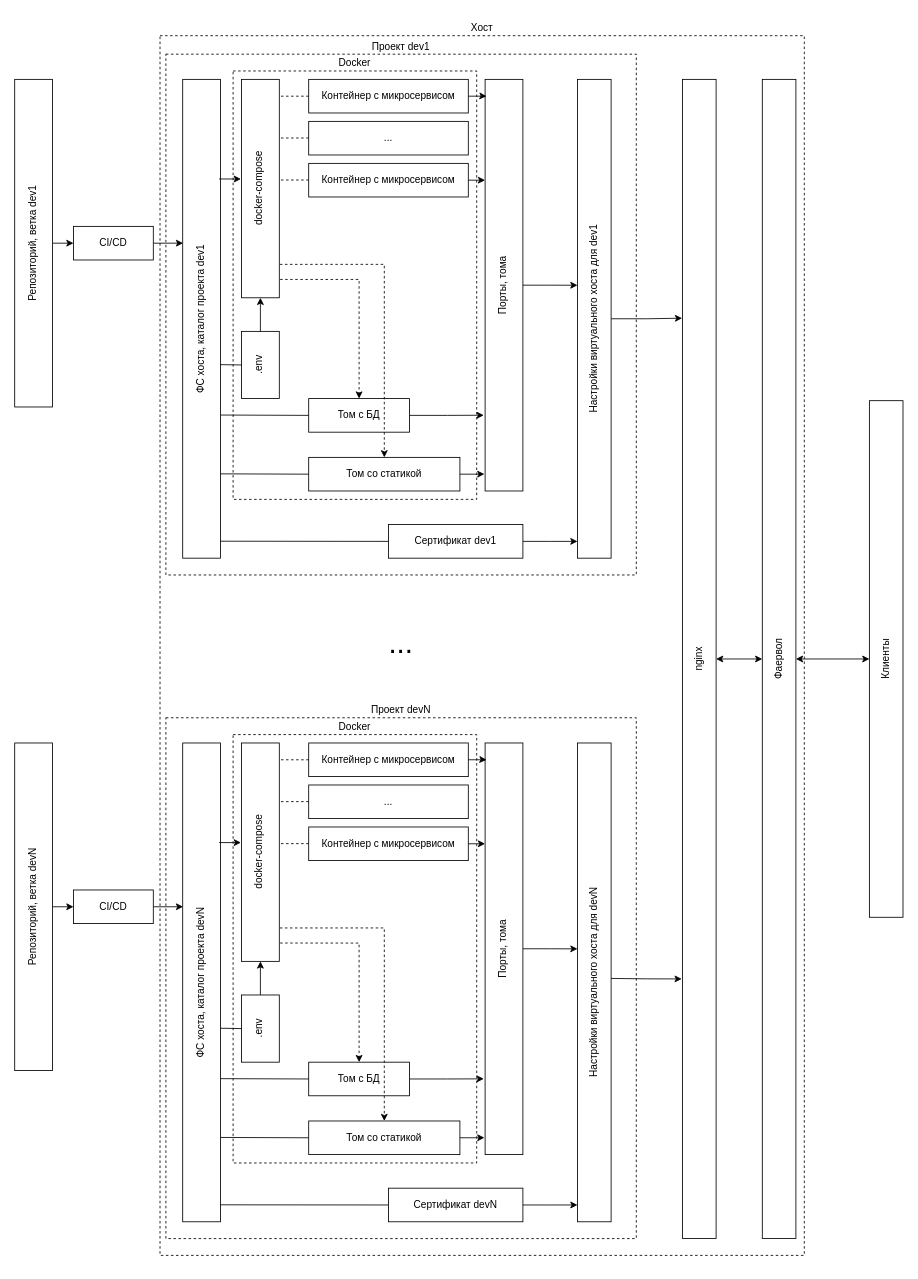
Before: Dev контур.drawio in rpurei/RETM-Schemes, a draw.io diagram. Source tidied: cells renumbered, new cells numbered last; positions are measured from the earlier drawing's top-left corner, leaving out a move shared by most shapes. Both pictures are drawn from the tidied source at 84%, with x=0, y=0 at pixel (14, 35).
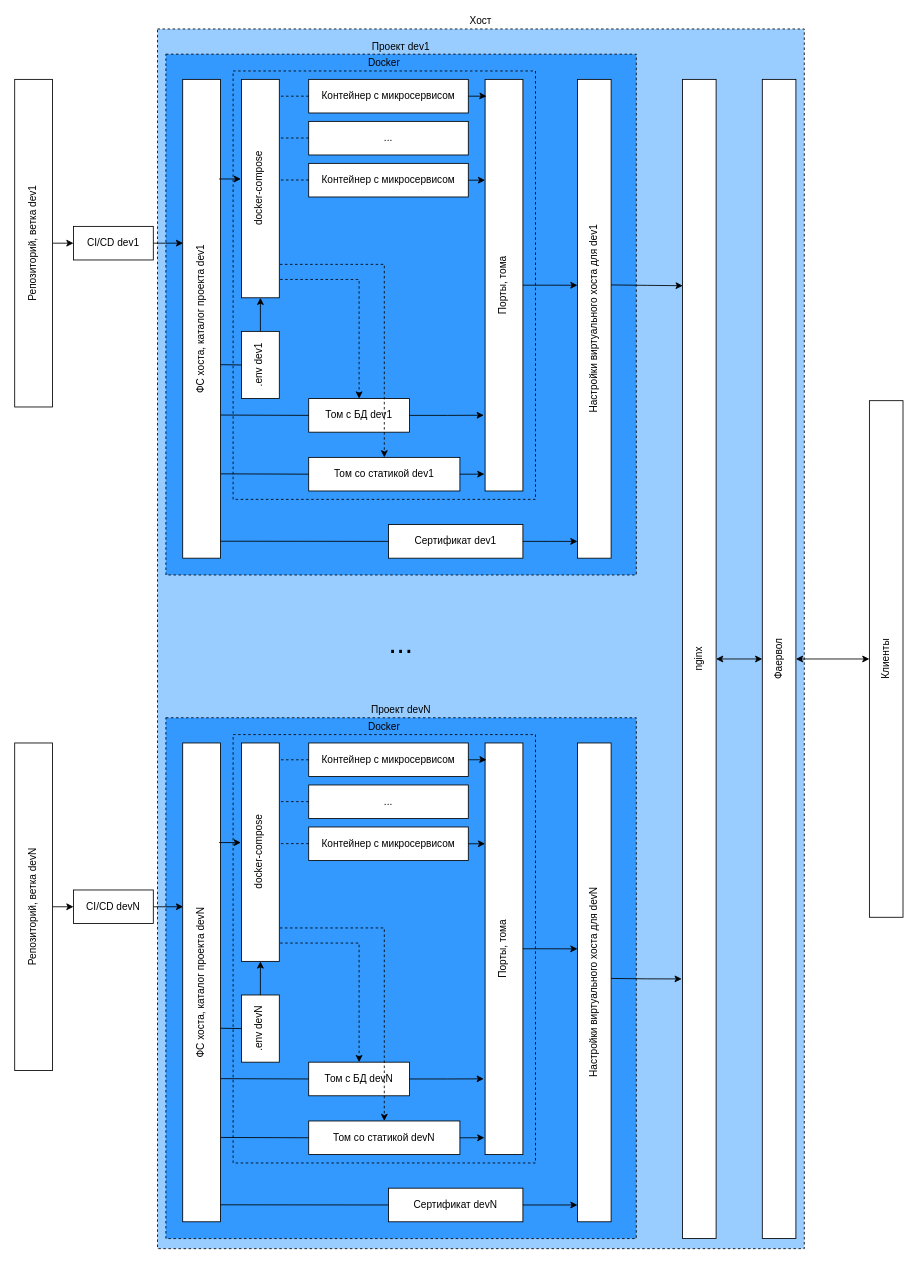
The same page after the edit.

Unchanged cells that the change refers to:
```xml
<mxCell id="39" style="group;" parent="1" vertex="1">
  <mxGeometry y="812" width="740" height="620" as="geometry" />
</mxCell>
```

Change to the diagram source:
```diff
@@
-    <mxCell id="3" value="nginx" style="rounded=0;whiteSpace=wrap;html=1;rotation=-90;" parent="1" vertex="1">
-      <mxGeometry x="125" y="722" width="1380" height="40" as="geometry" />
-    </mxCell>
     <mxCell id="4" style="group;" parent="1" vertex="1">
-      <mxGeometry y="22" width="740" height="620" as="geometry" />
+      <mxGeometry y="22" width="940" height="1442" as="geometry" />
     </mxCell>
+    <mxCell id="76" value="Хост" style="rounded=0;whiteSpace=wrap;html=1;dashed=1;fillColor=#99CCFF;labelPosition=center;verticalLabelPosition=top;align=center;verticalAlign=bottom;" parent="4" vertex="1">
+      <mxGeometry x="170" y="-30" width="770" height="1452" as="geometry" />
+    </mxCell>
+    <mxCell id="13" value="Проект dev1" style="rounded=0;whiteSpace=wrap;html=1;fillColor=#3399FF;labelPosition=center;verticalLabelPosition=top;align=center;verticalAlign=bottom;dashed=1;" parent="4" vertex="1">
+      <mxGeometry x="180" width="560" height="620" as="geometry" />
+    </mxCell>
@@
-    <mxCell id="8" value="Том с БД" style="rounded=0;whiteSpace=wrap;html=1;" parent="4" vertex="1">
+    <mxCell id="8" value="Том с БД dev1" style="rounded=0;whiteSpace=wrap;html=1;" parent="4" vertex="1">
       <mxGeometry x="350" y="410" width="120" height="40" as="geometry" />
     </mxCell>
-    <mxCell id="9" value="Том со статикой" style="rounded=0;whiteSpace=wrap;html=1;" parent="4" vertex="1">
+    <mxCell id="9" value="Том со статикой dev1" style="rounded=0;whiteSpace=wrap;html=1;" parent="4" vertex="1">
       <mxGeometry x="350" y="480" width="180" height="40" as="geometry" />
     </mxCell>
@@
-    <mxCell id="13" value="Проект dev1" style="rounded=0;whiteSpace=wrap;html=1;fillColor=none;labelPosition=center;verticalLabelPosition=top;align=center;verticalAlign=bottom;dashed=1;" parent="4" vertex="1">
-      <mxGeometry x="180" width="560" height="620" as="geometry" />
-    </mxCell>
@@
-    <mxCell id="18" value=".env" style="rounded=0;whiteSpace=wrap;html=1;textDirection=vertical-rl;rotation=-180;" parent="4" vertex="1">
+    <mxCell id="18" value=".env dev1" style="rounded=0;whiteSpace=wrap;html=1;textDirection=vertical-rl;rotation=-180;" parent="4" vertex="1">
       <mxGeometry x="270" y="330" width="45" height="80" as="geometry" />
     </mxCell>
@@
     <mxCell id="22" value="Docker" style="rounded=0;whiteSpace=wrap;html=1;fillColor=none;labelPosition=center;verticalLabelPosition=top;align=center;verticalAlign=bottom;dashed=1;" parent="4" vertex="1">
-      <mxGeometry x="260" y="20" width="290" height="510" as="geometry" />
+      <mxGeometry x="260" y="20" width="360" height="510" as="geometry" />
     </mxCell>
@@
-    <mxCell id="24" value="CI/CD" style="rounded=0;whiteSpace=wrap;html=1;" parent="4" vertex="1">
+    <mxCell id="24" value="CI/CD dev1" style="rounded=0;whiteSpace=wrap;html=1;" parent="4" vertex="1">
       <mxGeometry x="70" y="205" width="95" height="40" as="geometry" />
     </mxCell>
@@
+    <mxCell id="78" style="edgeStyle=orthogonalEdgeStyle;rounded=0;orthogonalLoop=1;jettySize=auto;html=1;exitX=0.5;exitY=1;exitDx=0;exitDy=0;" parent="4" edge="1" source="76" target="76">
+      <mxGeometry relative="1" as="geometry" />
+    </mxCell>
+    <mxCell id="82" style="edgeStyle=orthogonalEdgeStyle;rounded=0;jettySize=auto;html=1;exitX=0;exitY=0.5;exitDx=0;exitDy=0;entryX=0.822;entryY=0.008;entryDx=0;entryDy=0;entryPerimeter=0;" parent="4" edge="1" target="3">
+      <mxGeometry relative="1" as="geometry">
+        <mxPoint x="710" y="274.7" as="sourcePoint" />
+      </mxGeometry>
+    </mxCell>
@@
+    <mxCell id="48" value="Проект devN" style="rounded=0;whiteSpace=wrap;html=1;fillColor=#3399FF;labelPosition=center;verticalLabelPosition=top;align=center;verticalAlign=bottom;dashed=1;" parent="39" vertex="1">
+      <mxGeometry x="180" width="560" height="620" as="geometry" />
+    </mxCell>
@@
-    <mxCell id="43" value="Том с БД" style="rounded=0;whiteSpace=wrap;html=1;" parent="39" vertex="1">
+    <mxCell id="43" value="Том с БД devN" style="rounded=0;whiteSpace=wrap;html=1;" parent="39" vertex="1">
       <mxGeometry x="350" y="410" width="120" height="40" as="geometry" />
     </mxCell>
-    <mxCell id="44" value="Том со статикой" style="rounded=0;whiteSpace=wrap;html=1;" parent="39" vertex="1">
+    <mxCell id="44" value="Том со статикой devN" style="rounded=0;whiteSpace=wrap;html=1;" parent="39" vertex="1">
       <mxGeometry x="350" y="480" width="180" height="40" as="geometry" />
     </mxCell>
@@
-    <mxCell id="48" value="Проект devN" style="rounded=0;whiteSpace=wrap;html=1;fillColor=none;labelPosition=center;verticalLabelPosition=top;align=center;verticalAlign=bottom;dashed=1;" parent="39" vertex="1">
-      <mxGeometry x="180" width="560" height="620" as="geometry" />
-    </mxCell>
@@
-    <mxCell id="53" value=".env" style="rounded=0;whiteSpace=wrap;html=1;textDirection=vertical-rl;rotation=-180;" parent="39" vertex="1">
+    <mxCell id="53" value=".env devN" style="rounded=0;whiteSpace=wrap;html=1;textDirection=vertical-rl;rotation=-180;" parent="39" vertex="1">
       <mxGeometry x="270" y="330" width="45" height="80" as="geometry" />
     </mxCell>
@@
     <mxCell id="57" value="Docker" style="rounded=0;whiteSpace=wrap;html=1;fillColor=none;labelPosition=center;verticalLabelPosition=top;align=center;verticalAlign=bottom;dashed=1;" parent="39" vertex="1">
-      <mxGeometry x="260" y="20" width="290" height="510" as="geometry" />
+      <mxGeometry x="260" y="20" width="360" height="510" as="geometry" />
     </mxCell>
@@
-    <mxCell id="59" value="CI/CD" style="rounded=0;whiteSpace=wrap;html=1;" parent="39" vertex="1">
+    <mxCell id="59" value="CI/CD devN" style="rounded=0;whiteSpace=wrap;html=1;" parent="39" vertex="1">
       <mxGeometry x="70" y="205" width="95" height="40" as="geometry" />
     </mxCell>
@@
-    <mxCell id="76" value="Хост" style="rounded=0;whiteSpace=wrap;html=1;dashed=1;fillColor=none;labelPosition=center;verticalLabelPosition=top;align=center;verticalAlign=bottom;" parent="1" vertex="1">
-      <mxGeometry x="173" width="767" height="1452" as="geometry" />
-    </mxCell>
@@
-    <mxCell id="78" style="edgeStyle=orthogonalEdgeStyle;rounded=0;orthogonalLoop=1;jettySize=auto;html=1;exitX=0.5;exitY=1;exitDx=0;exitDy=0;" parent="1" edge="1" source="76" target="76">
-      <mxGeometry relative="1" as="geometry" />
-    </mxCell>
@@
+    <mxCell id="3" value="nginx" style="rounded=0;whiteSpace=wrap;html=1;rotation=-90;" parent="1" vertex="1">
+      <mxGeometry x="125" y="722" width="1380" height="40" as="geometry" />
+    </mxCell>
```
